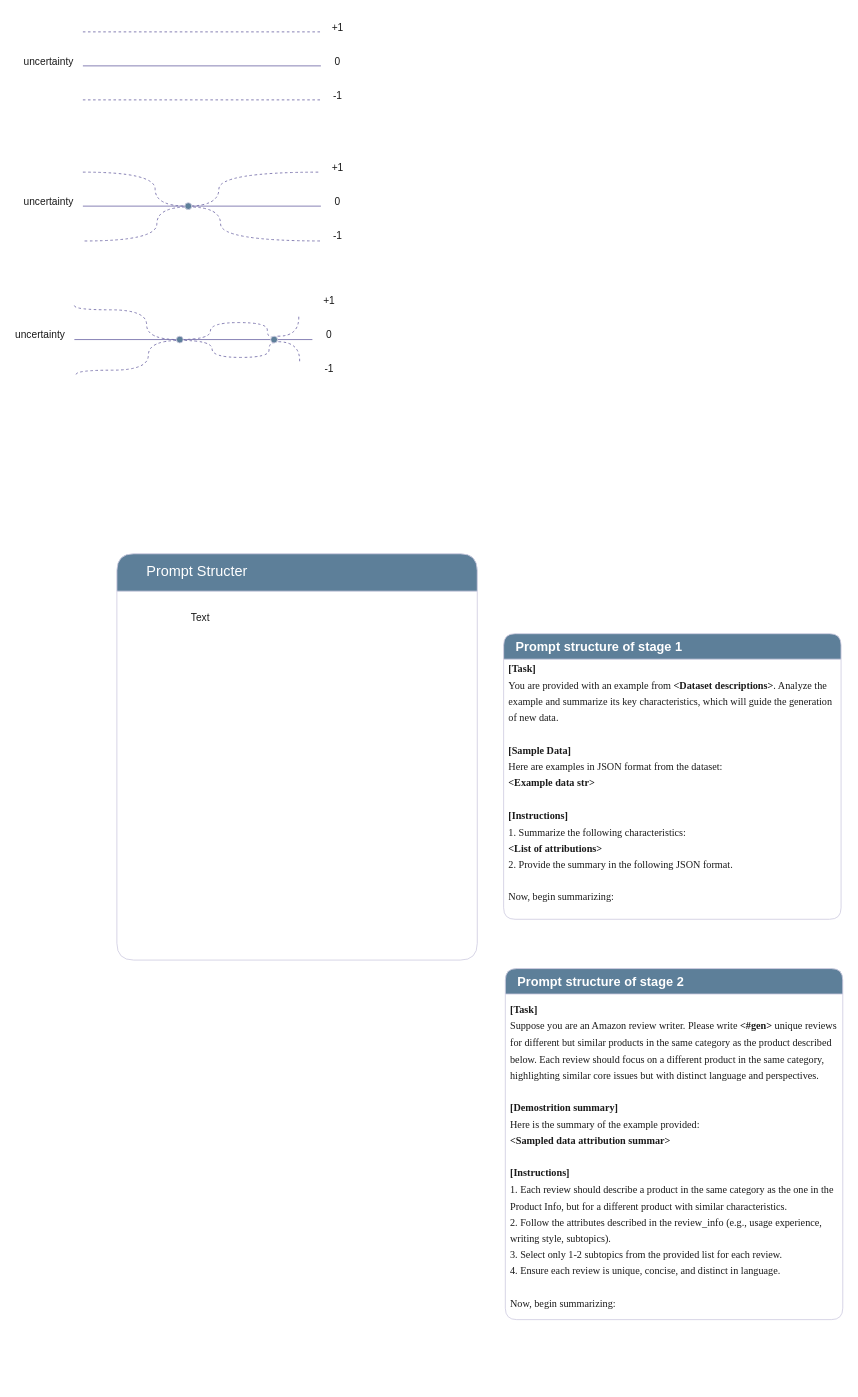
Before: data_generate.drawio in nighood/Diagrams, a draw.io diagram. Source tidied: cells renumbered, new cells numbered last; positions are measured from the earlier drawing's top-left corner, leaving out a move shared by most shapes. Both pictures are drawn from the tidied source at 85%, with x=0, y=0 at pixel (14, 14).
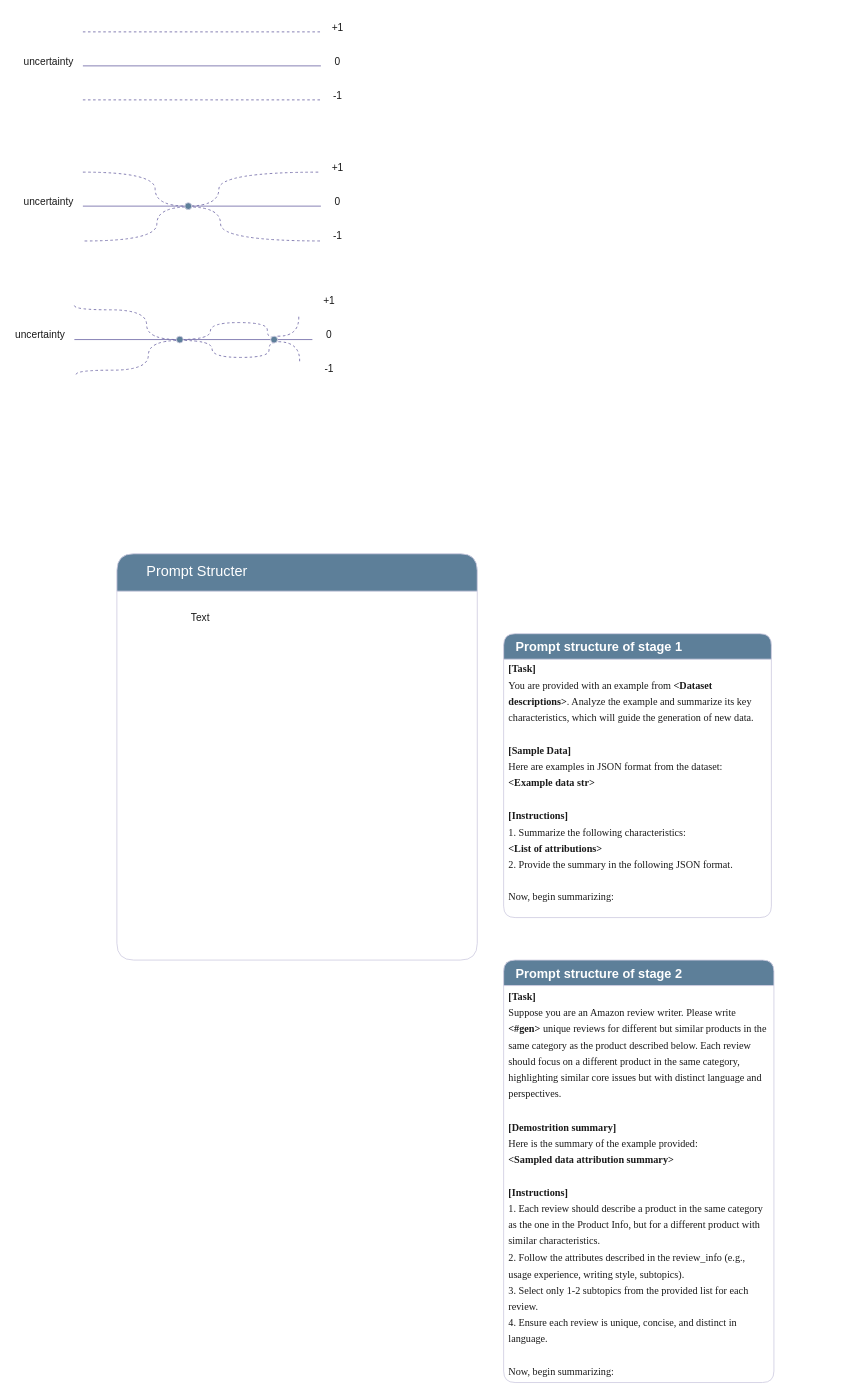
Above is the later version.

Change to the diagram source:
```diff
@@
     <mxCell id="31" value="&lt;span style=&quot;color: rgb(255, 255, 255);&quot;&gt;&lt;font style=&quot;font-size: 15px;&quot;&gt;&lt;b&gt;&amp;nbsp; &amp;nbsp;Prompt structure of stage 1&lt;/b&gt;&lt;/font&gt;&lt;/span&gt;" style="swimlane;fontStyle=0;horizontal=1;startSize=30;whiteSpace=wrap;html=1;rounded=1;fillColor=#5D7F99;strokeColor=#D0CEE2;labelBackgroundColor=none;fontColor=#1A1A1A;align=left;" parent="1" vertex="1">
-      <mxGeometry x="575" y="728" width="397" height="336" as="geometry" />
+      <mxGeometry x="575" y="728" width="315" height="334" as="geometry" />
     </mxCell>
     <mxCell id="32" value="&lt;b style=&quot;line-height: 160%;&quot;&gt;&lt;font face=&quot;Times New Roman&quot;&gt;[Task]&lt;/font&gt;&lt;/b&gt;&lt;div style=&quot;line-height: 160%;&quot;&gt;&lt;font face=&quot;Times New Roman&quot;&gt;You are provided with an example from &lt;b&gt;&amp;lt;Dataset descriptions&amp;gt;&lt;/b&gt;. Analyze the example and summarize its key characteristics, which will guide the generation of new data.&lt;br&gt;&lt;/font&gt;&lt;/div&gt;&lt;div style=&quot;line-height: 160%;&quot;&gt;&lt;font face=&quot;Times New Roman&quot;&gt;&lt;br&gt;&lt;/font&gt;&lt;/div&gt;&lt;div style=&quot;line-height: 160%;&quot;&gt;&lt;b&gt;&lt;font face=&quot;Times New Roman&quot;&gt;[&lt;/font&gt;&lt;span style=&quot;background-color: initial;&quot;&gt;&lt;font face=&quot;Times New Roman&quot;&gt;Sample Data&lt;/font&gt;&lt;/span&gt;&lt;span style=&quot;font-family: &amp;quot;Times New Roman&amp;quot;; background-color: initial;&quot;&gt;]&lt;/span&gt;&lt;/b&gt;&lt;/div&gt;&lt;div style=&quot;line-height: 160%;&quot;&gt;&lt;span style=&quot;background-color: initial;&quot;&gt;&lt;font face=&quot;Times New Roman&quot;&gt;Here are examples in JSON format from the dataset:&lt;/font&gt;&lt;br&gt;&lt;/span&gt;&lt;/div&gt;&lt;div style=&quot;line-height: 160%;&quot;&gt;&lt;span style=&quot;font-family: &amp;quot;Times New Roman&amp;quot;; background-color: initial;&quot;&gt;&lt;b&gt;&amp;lt;Example data str&amp;gt;&lt;/b&gt;&lt;/span&gt;&lt;/div&gt;&lt;div style=&quot;line-height: 160%;&quot;&gt;&lt;span style=&quot;font-family: &amp;quot;Times New Roman&amp;quot;; background-color: initial;&quot;&gt;&lt;b&gt;&lt;br&gt;&lt;/b&gt;&lt;/span&gt;&lt;/div&gt;&lt;div style=&quot;line-height: 160%;&quot;&gt;&lt;b&gt;&lt;font face=&quot;Times New Roman&quot;&gt;[Instructions]&lt;/font&gt;&lt;/b&gt;&lt;span style=&quot;font-family: &amp;quot;Times New Roman&amp;quot;; background-color: initial;&quot;&gt;&lt;br&gt;&lt;/span&gt;&lt;/div&gt;&lt;div style=&quot;line-height: 160%;&quot;&gt;&lt;font face=&quot;Times New Roman&quot;&gt;&lt;div&gt;1. Summarize the following characteristics:&lt;/div&gt;&lt;div&gt;&lt;b&gt;&amp;lt;List of attributions&amp;gt;&lt;/b&gt;&lt;/div&gt;&lt;div&gt;2. Provide the summary in the following JSON format.&lt;/div&gt;&lt;div style=&quot;&quot;&gt;&lt;br&gt;&lt;/div&gt;&lt;div&gt;Now, begin summarizing:&lt;/div&gt;&lt;/font&gt;&lt;/div&gt;&lt;div&gt;&lt;b&gt;&lt;br&gt;&lt;/b&gt;&lt;/div&gt;" style="text;strokeColor=none;fillColor=none;align=left;verticalAlign=middle;spacingLeft=4;spacingRight=4;overflow=hidden;whiteSpace=wrap;html=1;labelBackgroundColor=none;fontColor=#1A1A1A;" parent="31" vertex="1">
-      <mxGeometry y="30" width="397" height="306" as="geometry" />
+      <mxGeometry y="30" width="315" height="304" as="geometry" />
     </mxCell>
     <mxCell id="33" value="&lt;span style=&quot;color: rgb(255, 255, 255);&quot;&gt;&lt;font style=&quot;font-size: 15px;&quot;&gt;&lt;b&gt;&amp;nbsp; &amp;nbsp;Prompt structure of stage 2&lt;/b&gt;&lt;/font&gt;&lt;/span&gt;" style="swimlane;fontStyle=0;horizontal=1;startSize=30;whiteSpace=wrap;html=1;rounded=1;fillColor=#5D7F99;strokeColor=#D0CEE2;labelBackgroundColor=none;fontColor=#1A1A1A;align=left;" parent="1" vertex="1">
-      <mxGeometry x="577" y="1122" width="397" height="413" as="geometry" />
+      <mxGeometry x="575" y="1112" width="318" height="497" as="geometry" />
     </mxCell>
-    <mxCell id="34" value="&lt;b style=&quot;line-height: 160%;&quot;&gt;&lt;font face=&quot;Times New Roman&quot;&gt;[Task]&lt;/font&gt;&lt;/b&gt;&lt;div style=&quot;line-height: 160%;&quot;&gt;&lt;font face=&quot;Times New Roman&quot;&gt;Suppose you are an Amazon review writer. Please write &lt;b&gt;&amp;lt;#gen&amp;gt;&lt;/b&gt; unique reviews for different but similar products in the same category as the product described below. Each review should focus on a different product in the same category, highlighting similar core issues but with distinct language and perspectives.&lt;br&gt;&lt;/font&gt;&lt;/div&gt;&lt;div style=&quot;line-height: 160%;&quot;&gt;&lt;font face=&quot;Times New Roman&quot;&gt;&lt;br&gt;&lt;/font&gt;&lt;/div&gt;&lt;div style=&quot;line-height: 160%;&quot;&gt;&lt;b&gt;&lt;font face=&quot;Times New Roman&quot;&gt;[Demostrition summary&lt;/font&gt;&lt;span style=&quot;font-family: &amp;quot;Times New Roman&amp;quot;; background-color: initial;&quot;&gt;]&lt;/span&gt;&lt;/b&gt;&lt;/div&gt;&lt;div style=&quot;line-height: 160%;&quot;&gt;&lt;span style=&quot;background-color: initial;&quot;&gt;&lt;font face=&quot;Times New Roman&quot;&gt;Here is the summary of the example provided:&lt;/font&gt;&lt;/span&gt;&lt;span style=&quot;background-color: initial;&quot;&gt;&lt;br&gt;&lt;/span&gt;&lt;/div&gt;&lt;div style=&quot;line-height: 160%;&quot;&gt;&lt;span style=&quot;font-family: &amp;quot;Times New Roman&amp;quot;; background-color: initial;&quot;&gt;&lt;b&gt;&amp;lt;&lt;/b&gt;&lt;/span&gt;&lt;b style=&quot;background-color: initial;&quot;&gt;&lt;font face=&quot;Times New Roman&quot;&gt;Sampled data attribution summar&lt;/font&gt;&lt;/b&gt;&lt;b style=&quot;background-color: initial; font-family: &amp;quot;Times New Roman&amp;quot;;&quot;&gt;&amp;gt;&lt;/b&gt;&lt;/div&gt;&lt;div style=&quot;line-height: 160%;&quot;&gt;&lt;span style=&quot;font-family: &amp;quot;Times New Roman&amp;quot;; background-color: initial;&quot;&gt;&lt;b&gt;&lt;br&gt;&lt;/b&gt;&lt;/span&gt;&lt;/div&gt;&lt;div style=&quot;line-height: 160%;&quot;&gt;&lt;b&gt;&lt;font face=&quot;Times New Roman&quot;&gt;[Instructions]&lt;/font&gt;&lt;/b&gt;&lt;span style=&quot;font-family: &amp;quot;Times New Roman&amp;quot;; background-color: initial;&quot;&gt;&lt;br&gt;&lt;/span&gt;&lt;/div&gt;&lt;div style=&quot;line-height: 160%;&quot;&gt;&lt;font face=&quot;Times New Roman&quot;&gt;&lt;div&gt;&lt;span style=&quot;background-color: initial;&quot;&gt;1. Each review should describe a product in the same category as the one in the Product Info, but for a different product with similar characteristics.&lt;/span&gt;&lt;/div&gt;&lt;div&gt;2. Follow the attributes described in the review_info (e.g., usage experience, writing style, subtopics).&lt;/div&gt;&lt;div&gt;3. Select only 1-2 subtopics from the provided list for each review.&lt;/div&gt;&lt;div&gt;4. Ensure each review is unique, concise, and distinct in language.&lt;/div&gt;&lt;div style=&quot;&quot;&gt;&lt;br&gt;&lt;/div&gt;&lt;div&gt;Now, begin summarizing:&lt;/div&gt;&lt;/font&gt;&lt;/div&gt;" style="text;strokeColor=none;fillColor=none;align=left;verticalAlign=middle;spacingLeft=4;spacingRight=4;overflow=hidden;whiteSpace=wrap;html=1;labelBackgroundColor=none;fontColor=#1A1A1A;" parent="33" vertex="1">
-      <mxGeometry y="30" width="397" height="383" as="geometry" />
+    <mxCell id="34" value="&lt;b style=&quot;line-height: 160%;&quot;&gt;&lt;font face=&quot;Times New Roman&quot;&gt;[Task]&lt;/font&gt;&lt;/b&gt;&lt;div style=&quot;line-height: 160%;&quot;&gt;&lt;font face=&quot;Times New Roman&quot;&gt;Suppose you are an Amazon review writer. Please write &lt;b&gt;&amp;lt;#gen&amp;gt;&lt;/b&gt; unique reviews for different but similar products in the same category as the product described below. Each review should focus on a different product in the same category, highlighting similar core issues but with distinct language and perspectives.&lt;br&gt;&lt;/font&gt;&lt;/div&gt;&lt;div style=&quot;line-height: 160%;&quot;&gt;&lt;font face=&quot;Times New Roman&quot;&gt;&lt;br&gt;&lt;/font&gt;&lt;/div&gt;&lt;div style=&quot;line-height: 160%;&quot;&gt;&lt;b&gt;&lt;font face=&quot;Times New Roman&quot;&gt;[Demostrition summary&lt;/font&gt;&lt;span style=&quot;font-family: &amp;quot;Times New Roman&amp;quot;; background-color: initial;&quot;&gt;]&lt;/span&gt;&lt;/b&gt;&lt;/div&gt;&lt;div style=&quot;line-height: 160%;&quot;&gt;&lt;span style=&quot;background-color: initial;&quot;&gt;&lt;font face=&quot;Times New Roman&quot;&gt;Here is the summary of the example provided:&lt;/font&gt;&lt;/span&gt;&lt;span style=&quot;background-color: initial;&quot;&gt;&lt;br&gt;&lt;/span&gt;&lt;/div&gt;&lt;div style=&quot;line-height: 160%;&quot;&gt;&lt;span style=&quot;font-family: &amp;quot;Times New Roman&amp;quot;; background-color: initial;&quot;&gt;&lt;b&gt;&amp;lt;&lt;/b&gt;&lt;/span&gt;&lt;b style=&quot;background-color: initial;&quot;&gt;&lt;font face=&quot;Times New Roman&quot;&gt;Sampled data attribution summary&lt;/font&gt;&lt;/b&gt;&lt;b style=&quot;background-color: initial; font-family: &amp;quot;Times New Roman&amp;quot;;&quot;&gt;&amp;gt;&lt;/b&gt;&lt;/div&gt;&lt;div style=&quot;line-height: 160%;&quot;&gt;&lt;span style=&quot;font-family: &amp;quot;Times New Roman&amp;quot;; background-color: initial;&quot;&gt;&lt;b&gt;&lt;br&gt;&lt;/b&gt;&lt;/span&gt;&lt;/div&gt;&lt;div style=&quot;line-height: 160%;&quot;&gt;&lt;b&gt;&lt;font face=&quot;Times New Roman&quot;&gt;[Instructions]&lt;/font&gt;&lt;/b&gt;&lt;span style=&quot;font-family: &amp;quot;Times New Roman&amp;quot;; background-color: initial;&quot;&gt;&lt;br&gt;&lt;/span&gt;&lt;/div&gt;&lt;div style=&quot;line-height: 160%;&quot;&gt;&lt;font face=&quot;Times New Roman&quot;&gt;&lt;div&gt;&lt;span style=&quot;background-color: initial;&quot;&gt;1. Each review should describe a product in the same category as the one in the Product Info, but for a different product with similar characteristics.&lt;/span&gt;&lt;/div&gt;&lt;div&gt;2. Follow the attributes described in the review_info (e.g., usage experience, writing style, subtopics).&lt;/div&gt;&lt;div&gt;3. Select only 1-2 subtopics from the provided list for each review.&lt;/div&gt;&lt;div&gt;4. Ensure each review is unique, concise, and distinct in language.&lt;/div&gt;&lt;div style=&quot;&quot;&gt;&lt;br&gt;&lt;/div&gt;&lt;div&gt;Now, begin summarizing:&lt;/div&gt;&lt;/font&gt;&lt;/div&gt;" style="text;strokeColor=none;fillColor=none;align=left;verticalAlign=middle;spacingLeft=4;spacingRight=4;overflow=hidden;whiteSpace=wrap;html=1;labelBackgroundColor=none;fontColor=#1A1A1A;" parent="33" vertex="1">
+      <mxGeometry y="30" width="318" height="467" as="geometry" />
     </mxCell>
```
